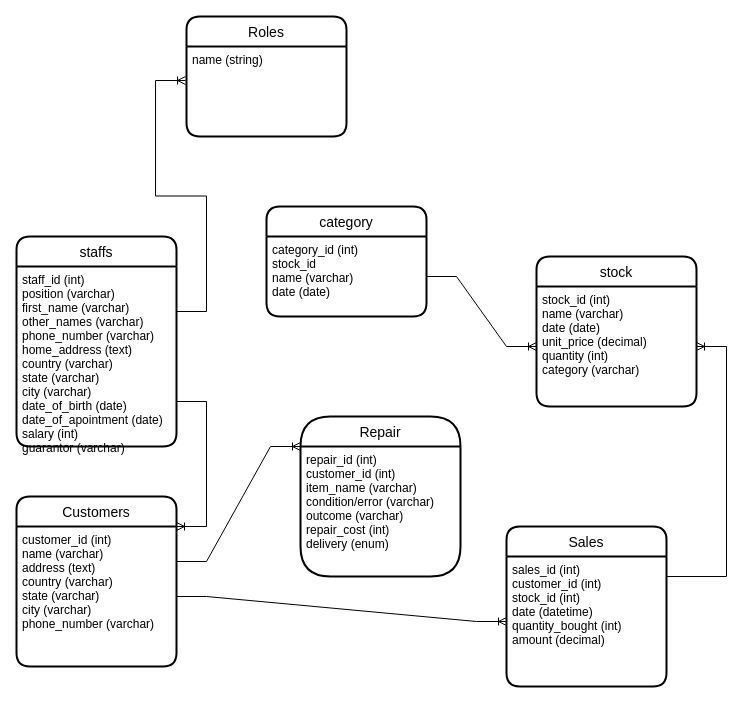
musa0491/DataBase-MySQL keeps this draw.io diagram as frima_store.drawio. Above is the earlier version. Source tidied: cells renumbered, new cells numbered last; positions are measured from the earlier drawing's top-left corner, leaving out a move shared by most shapes. Both pictures are drawn from the tidied source at 100%, with x=0, y=0 at pixel (16, 16).
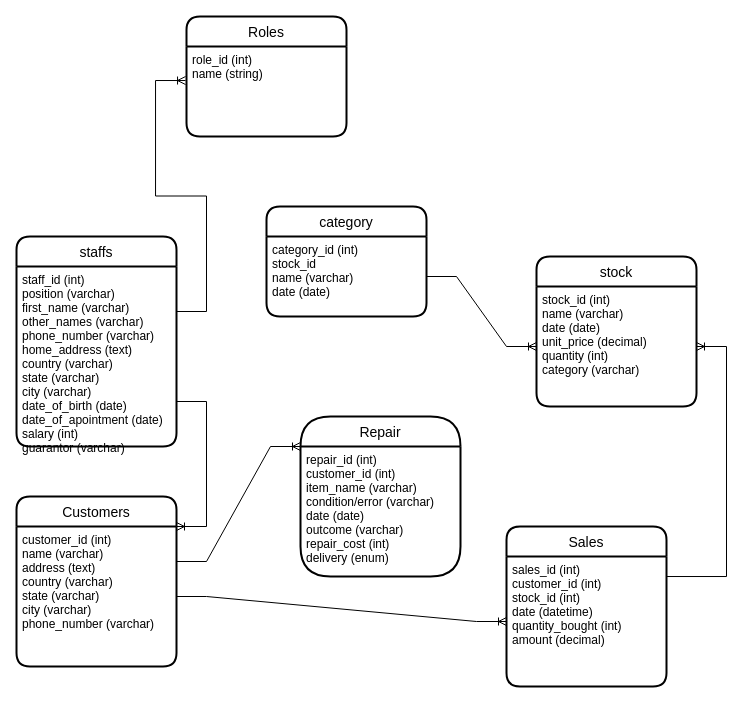
The same page after the edit.

The change refers to these unchanged cells:
```xml
<mxCell id="11" value="Repair" style="swimlane;horizontal=1;startSize=30;rounded=1;fontSize=14;fontStyle=0;strokeWidth=2;shadow=0;dashed=0;align=center;arcSize=50;" parent="1" vertex="1">
  <mxGeometry x="284" y="400" width="160" height="160" as="geometry" />
</mxCell>
<mxCell id="21" value="Roles" style="swimlane;horizontal=1;startSize=30;rounded=1;fontSize=14;fontStyle=0;strokeWidth=2;shadow=0;dashed=0;align=center;" parent="1" vertex="1">
  <mxGeometry x="170" width="160" height="120" as="geometry" />
</mxCell>
```

Diff of the diagram source:
```diff
@@
-    <mxCell id="12" value="repair_id (int)&#10;customer_id (int)&#10;item_name (varchar)&#10;condition/error (varchar)&#10;outcome (varchar)&#10;repair_cost (int)&#10;delivery (enum)&#10;" style="align=left;strokeColor=none;fillColor=none;spacingLeft=4;fontSize=12;verticalAlign=top;" parent="11" vertex="1">
+    <mxCell id="12" value="repair_id (int)&#10;customer_id (int)&#10;item_name (varchar)&#10;condition/error (varchar)&#10;date (date)&#10;outcome (varchar)&#10;repair_cost (int)&#10;delivery (enum)&#10;" style="align=left;strokeColor=none;fillColor=none;spacingLeft=4;fontSize=12;verticalAlign=top;" parent="11" vertex="1">
       <mxGeometry y="30" width="160" height="100" as="geometry" />
     </mxCell>
@@
-    <mxCell id="22" value="name (string)" style="align=left;strokeColor=none;fillColor=none;spacingLeft=4;fontSize=12;verticalAlign=top;" parent="21" vertex="1">
+    <mxCell id="22" value="role_id (int)&#10;name (string)" style="align=left;strokeColor=none;fillColor=none;spacingLeft=4;fontSize=12;verticalAlign=top;" parent="21" vertex="1">
       <mxGeometry y="30" width="160" height="90" as="geometry" />
     </mxCell>
```
